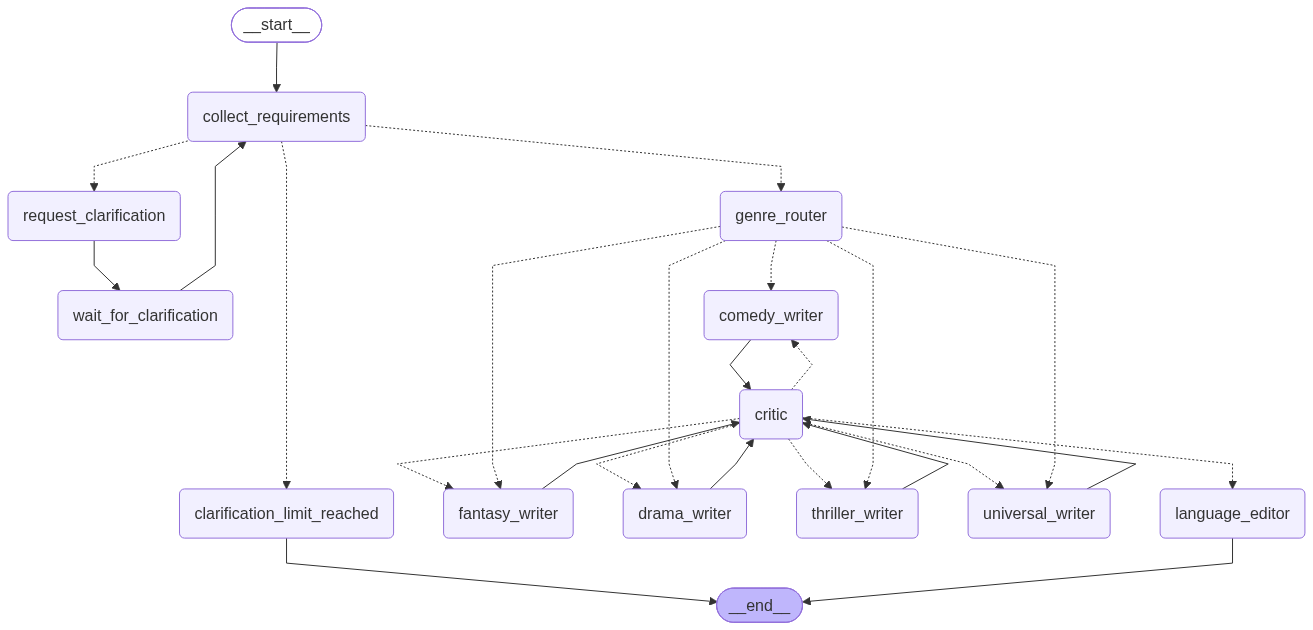
Above: artifacts/synopsis_graph.png in C4dB4ne/synopsis_generator (Mermaid), before the change. Its source is kept beside it as artifacts/synopsis_graph.mmd.
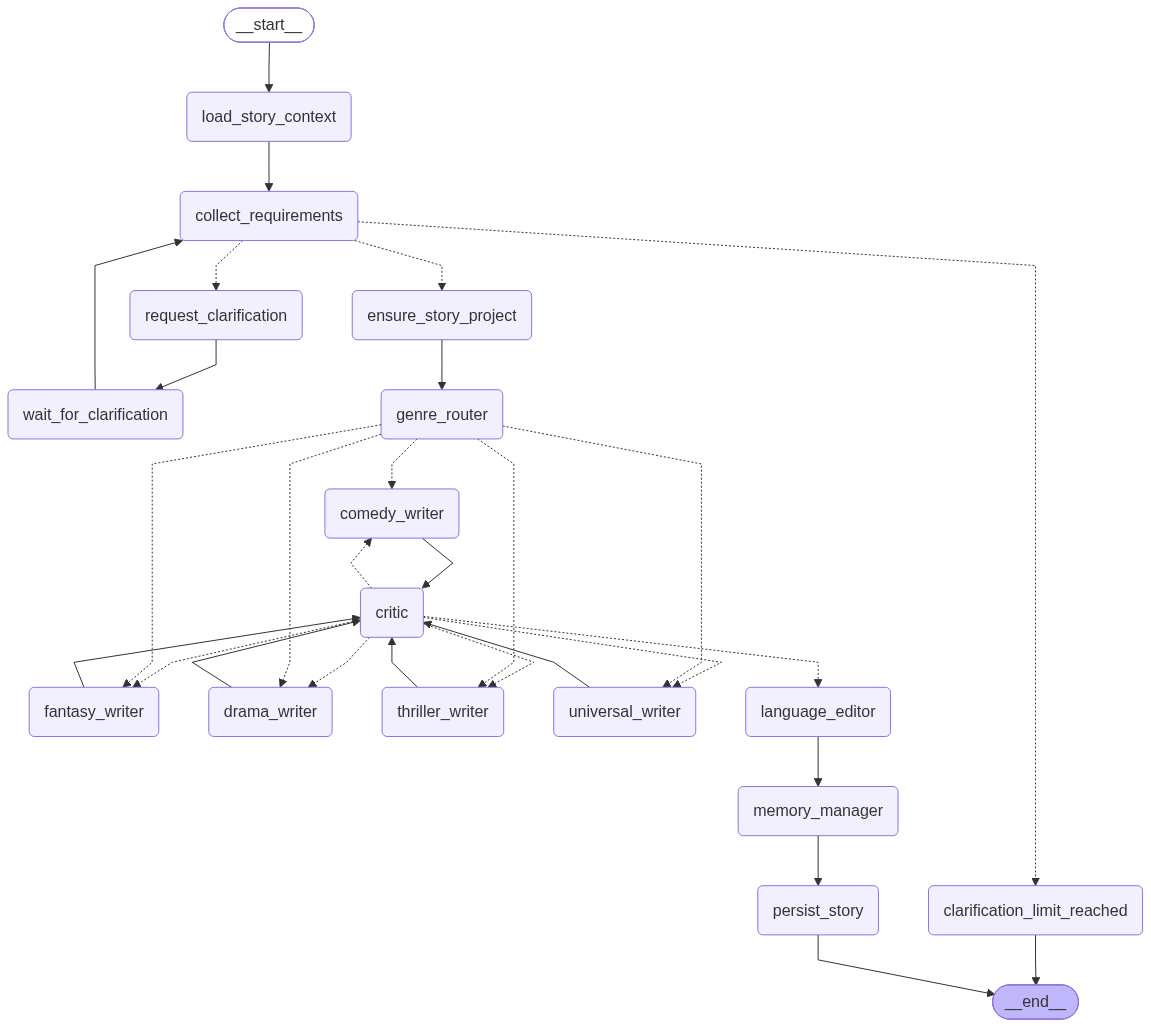
After the commit.

Commit message:
(GRAPH) Исправлена передача контекста истории автору продолжения

What changed in the source:
```diff
@@ -5,6 +5,10 @@
 ---
 graph TD;
 	__start__([<p>__start__</p>]):::first
+	load_story_context(load_story_context)
+	ensure_story_project(ensure_story_project)
+	memory_manager(memory_manager)
+	persist_story(persist_story)
 	collect_requirements(collect_requirements)
 	request_clarification(request_clarification)
 	wait_for_clarification(wait_for_clarification)
@@ -18,9 +22,9 @@
 	critic(critic)
 	language_editor(language_editor)
 	__end__([<p>__end__</p>]):::last
-	__start__ --> collect_requirements;
+	__start__ --> load_story_context;
 	collect_requirements -.-> clarification_limit_reached;
-	collect_requirements -.-> genre_router;
+	collect_requirements -.-> ensure_story_project;
 	collect_requirements -.-> request_clarification;
 	comedy_writer --> critic;
 	critic -.-> comedy_writer;
@@ -30,18 +34,22 @@
 	critic -.-> thriller_writer;
 	critic -.-> universal_writer;
 	drama_writer --> critic;
+	ensure_story_project --> genre_router;
 	fantasy_writer --> critic;
 	genre_router -.-> comedy_writer;
 	genre_router -.-> drama_writer;
 	genre_router -.-> fantasy_writer;
 	genre_router -.-> thriller_writer;
 	genre_router -.-> universal_writer;
+	language_editor --> memory_manager;
+	load_story_context --> collect_requirements;
+	memory_manager --> persist_story;
 	request_clarification --> wait_for_clarification;
 	thriller_writer --> critic;
 	universal_writer --> critic;
 	wait_for_clarification --> collect_requirements;
 	clarification_limit_reached --> __end__;
-	language_editor --> __end__;
+	persist_story --> __end__;
 	classDef default fill:#f2f0ff,line-height:1.2
 	classDef first fill-opacity:0
 	classDef last fill:#bfb6fc
```
